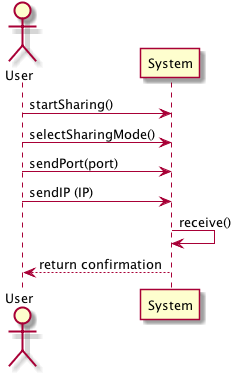
Above: src/csheets/ext/share/doc-files/sd_system_rec.png in askpt/LAPR4 (PlantUML), before the change. Source of this version:
```plantuml
@startuml doc-files/sd_system_rec.png
Actor User as us
participant System as sys

us -> sys : startSharing()
us -> sys : selectSharingMode()
us -> sys : sendPort(port)
us -> sys : sendIP (IP)
sys -> sys : receive()
sys --> us : return confirmation
@enduml
```
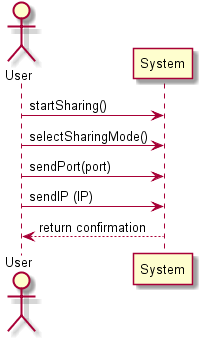
Later version of the same file.

Change to the diagram source:
```diff
@@ -6,6 +6,5 @@
 us -> sys : selectSharingMode()
 us -> sys : sendPort(port)
 us -> sys : sendIP (IP)
-sys -> sys : receive()
 sys --> us : return confirmation
 @enduml
```
